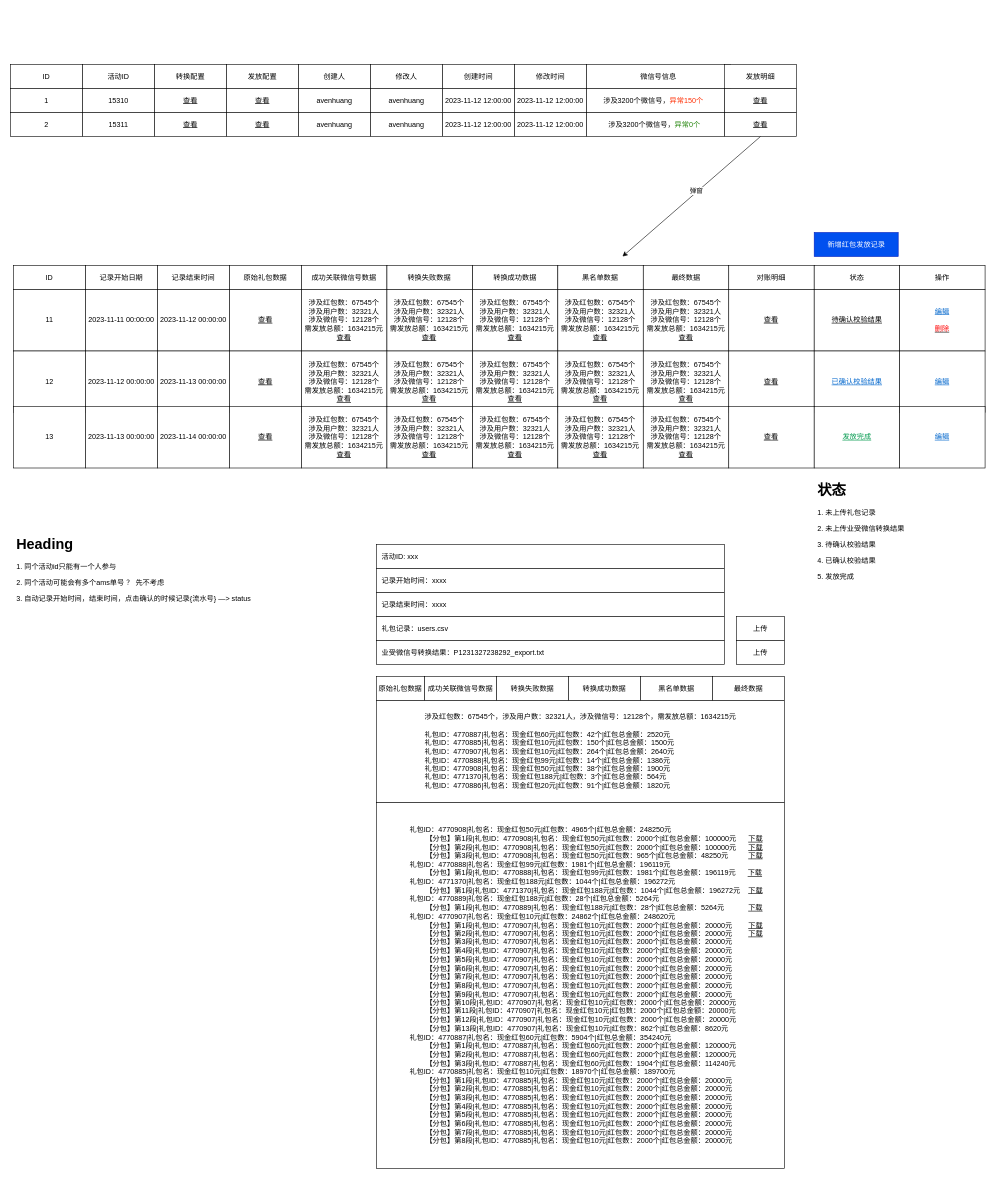
Earlier version of the draw.io diagram redpack.drawio (axtrur/resource). Source tidied: cells renumbered, new cells numbered last; positions are measured from the earlier drawing's top-left corner, leaving out a move shared by most shapes. Both pictures are drawn from the tidied source at 60%, with x=0, y=0 at pixel (10, 64).
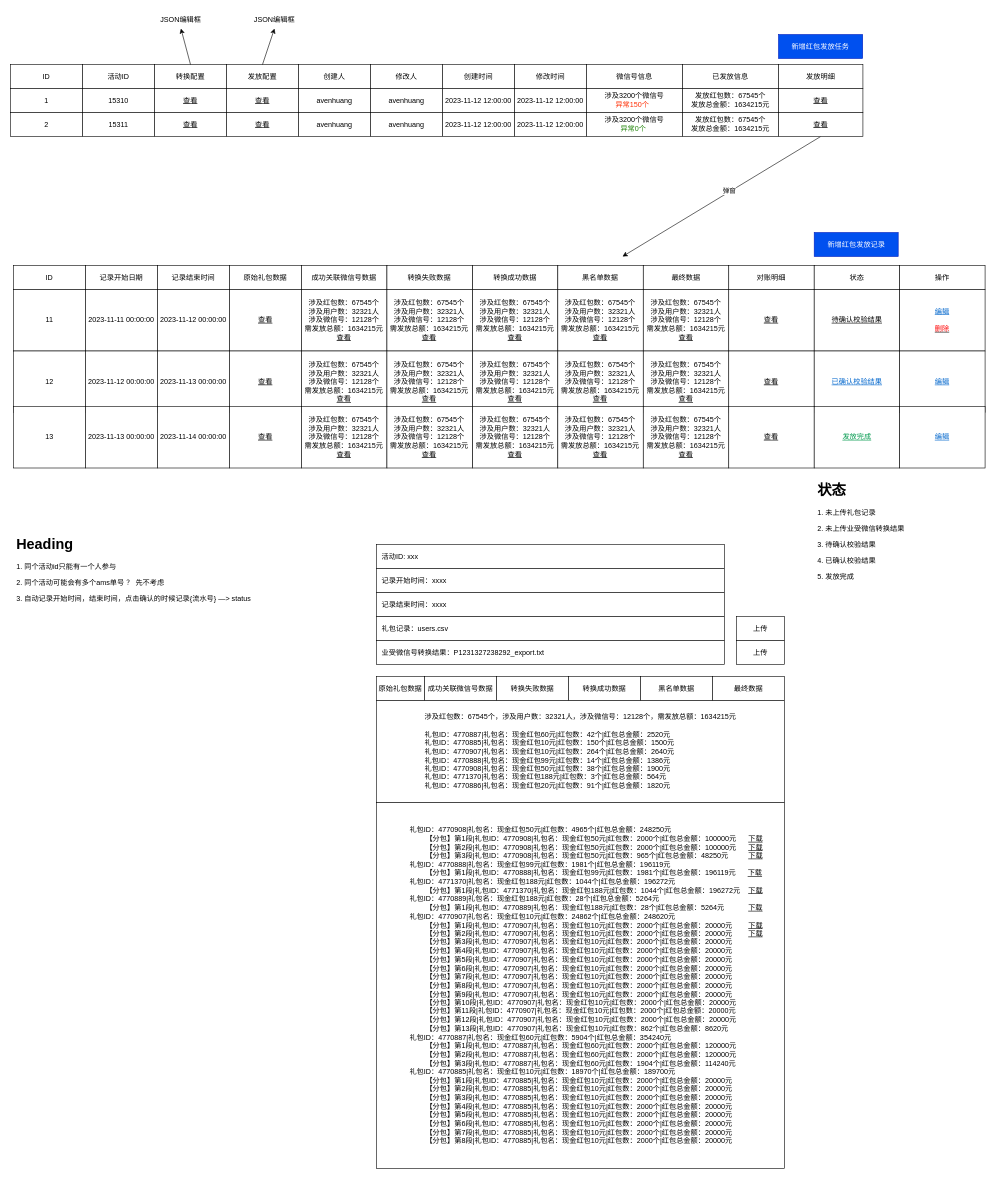
After the change.

The change refers to these unchanged cells:
```xml
<mxCell id="4" value="转换配置" style="rounded=0;whiteSpace=wrap;html=1;" parent="1" vertex="1">
  <mxGeometry x="240" width="120" height="40" as="geometry" />
</mxCell>
<mxCell id="5" value="发放配置" style="rounded=0;whiteSpace=wrap;html=1;" parent="1" vertex="1">
  <mxGeometry x="360" width="120" height="40" as="geometry" />
</mxCell>
```

The edit, as a diff of the source:
```diff
@@
-    <mxCell id="10" value="微信号信息" style="rounded=0;whiteSpace=wrap;html=1;" parent="1" vertex="1">
-      <mxGeometry x="960" width="240" height="40" as="geometry" />
-    </mxCell>
@@
-    <mxCell id="19" value="涉及3200个微信号，&lt;font color=&quot;#ff2f05&quot;&gt;异常150个&lt;/font&gt;&amp;nbsp;&amp;nbsp;" style="rounded=0;whiteSpace=wrap;html=1;" parent="1" vertex="1">
-      <mxGeometry x="960" y="40" width="230" height="40" as="geometry" />
-    </mxCell>
-    <mxCell id="20" value="发放明细" style="rounded=0;whiteSpace=wrap;html=1;" parent="1" vertex="1">
-      <mxGeometry x="1190" width="120" height="40" as="geometry" />
-    </mxCell>
-    <mxCell id="21" value="&lt;u&gt;查看&lt;/u&gt;" style="rounded=0;whiteSpace=wrap;html=1;" parent="1" vertex="1">
-      <mxGeometry x="1190" y="40" width="120" height="40" as="geometry" />
-    </mxCell>
@@
-    <mxCell id="30" value="涉及3200个微信号，&lt;font color=&quot;#24850c&quot;&gt;异常0个&lt;/font&gt;&amp;nbsp;" style="rounded=0;whiteSpace=wrap;html=1;" parent="1" vertex="1">
-      <mxGeometry x="960" y="80" width="230" height="40" as="geometry" />
-    </mxCell>
-    <mxCell id="31" value="&lt;u&gt;查看&lt;/u&gt;" style="rounded=0;whiteSpace=wrap;html=1;" parent="1" vertex="1">
-      <mxGeometry x="1190" y="80" width="120" height="40" as="geometry" />
-    </mxCell>
@@
-    <mxCell id="38" style="endArrow=classic;html=1;rounded=0;" parent="1" edge="1">
+    <mxCell id="38" style="endArrow=classic;html=1;rounded=0;exitX=0.5;exitY=1;exitDx=0;exitDy=0;" parent="1" edge="1" source="31">
       <mxGeometry relative="1" as="geometry">
-        <mxPoint x="1250" y="120" as="sourcePoint" />
         <mxPoint x="1020" y="320" as="targetPoint" />
       </mxGeometry>
     </mxCell>
@@
+    <mxCell id="102" value="新增红包发放任务" style="rounded=0;whiteSpace=wrap;html=1;fillColor=#0050ef;strokeColor=#001DBC;fontColor=#ffffff;" parent="1" vertex="1">
+      <mxGeometry x="1280" y="-50" width="140.3" height="40" as="geometry" />
+    </mxCell>
+    <mxCell id="103" style="group;" parent="1" vertex="1">
+      <mxGeometry x="960" width="160" height="120" as="geometry" />
+    </mxCell>
+    <mxCell id="10" value="微信号信息" style="rounded=0;whiteSpace=wrap;html=1;" parent="103" vertex="1">
+      <mxGeometry width="160" height="40" as="geometry" />
+    </mxCell>
+    <mxCell id="19" value="涉及3200个微信号&lt;br&gt;&lt;font color=&quot;#ff2f05&quot;&gt;异常150个&lt;/font&gt;&amp;nbsp;&amp;nbsp;" style="rounded=0;whiteSpace=wrap;html=1;" parent="103" vertex="1">
+      <mxGeometry y="40" width="160" height="40" as="geometry" />
+    </mxCell>
+    <mxCell id="30" value="涉及3200个微信号&lt;br&gt;&lt;font color=&quot;#24850c&quot;&gt;异常0个&lt;/font&gt;&amp;nbsp;" style="rounded=0;whiteSpace=wrap;html=1;" parent="103" vertex="1">
+      <mxGeometry y="80" width="160" height="40" as="geometry" />
+    </mxCell>
+    <mxCell id="104" style="group;" parent="1" vertex="1">
+      <mxGeometry x="1120" width="160" height="120" as="geometry" />
+    </mxCell>
+    <mxCell id="105" value="已发放信息" style="rounded=0;whiteSpace=wrap;html=1;" parent="104" vertex="1">
+      <mxGeometry width="160" height="40" as="geometry" />
+    </mxCell>
+    <mxCell id="106" value="发放红包数：67545个&lt;br style=&quot;border-color: var(--border-color);&quot;&gt;发放总金额：1634215元" style="rounded=0;whiteSpace=wrap;html=1;" parent="104" vertex="1">
+      <mxGeometry y="40" width="160" height="40" as="geometry" />
+    </mxCell>
+    <mxCell id="107" value="发放红包数：67545个&lt;br style=&quot;border-color: var(--border-color);&quot;&gt;发放总金额：1634215元" style="rounded=0;whiteSpace=wrap;html=1;" parent="104" vertex="1">
+      <mxGeometry y="80" width="160" height="40" as="geometry" />
+    </mxCell>
+    <mxCell id="108" style="group;" parent="1" vertex="1">
+      <mxGeometry x="1280" width="140.7" height="120" as="geometry" />
+    </mxCell>
+    <mxCell id="20" value="发放明细" style="rounded=0;whiteSpace=wrap;html=1;" parent="108" vertex="1">
+      <mxGeometry width="140.7" height="40" as="geometry" />
+    </mxCell>
+    <mxCell id="21" value="&lt;u&gt;查看&lt;/u&gt;" style="rounded=0;whiteSpace=wrap;html=1;" parent="108" vertex="1">
+      <mxGeometry y="40" width="140.7" height="40" as="geometry" />
+    </mxCell>
+    <mxCell id="31" value="&lt;u&gt;查看&lt;/u&gt;" style="rounded=0;whiteSpace=wrap;html=1;" parent="108" vertex="1">
+      <mxGeometry y="80" width="140.7" height="40" as="geometry" />
+    </mxCell>
+    <mxCell id="109" value="JSON编辑框" style="text;html=1;strokeColor=none;fillColor=none;align=center;verticalAlign=middle;whiteSpace=wrap;rounded=0;" parent="1" vertex="1">
+      <mxGeometry x="224" y="-90" width="120" height="30" as="geometry" />
+    </mxCell>
+    <mxCell id="110" style="endArrow=classic;html=1;rounded=0;exitX=0.5;exitY=0;exitDx=0;exitDy=0;entryX=0.5;entryY=1;entryDx=0;entryDy=0;" parent="1" edge="1" source="4" target="109">
+      <mxGeometry relative="1" as="geometry" />
+    </mxCell>
+    <mxCell id="111" style="endArrow=classic;html=1;rounded=0;exitX=0.5;exitY=0;exitDx=0;exitDy=0;entryX=0.5;entryY=1;entryDx=0;entryDy=0;" parent="1" edge="1" source="5" target="112">
+      <mxGeometry relative="1" as="geometry" />
+    </mxCell>
+    <mxCell id="112" value="JSON编辑框" style="text;html=1;strokeColor=none;fillColor=none;align=center;verticalAlign=middle;whiteSpace=wrap;rounded=0;" parent="1" vertex="1">
+      <mxGeometry x="380" y="-90" width="120" height="30" as="geometry" />
+    </mxCell>
```
